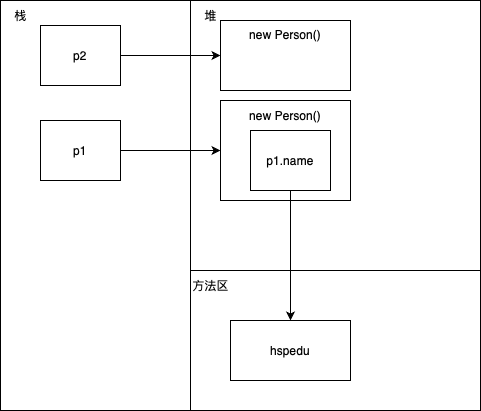
This is drawio/White.png from Stolorzs/Picgo, a draw.io export, as it was before one commit. Source tidied: cells renumbered, new cells last; positions are measured from the earlier drawing's top-left corner, leaving out a move shared by most shapes.
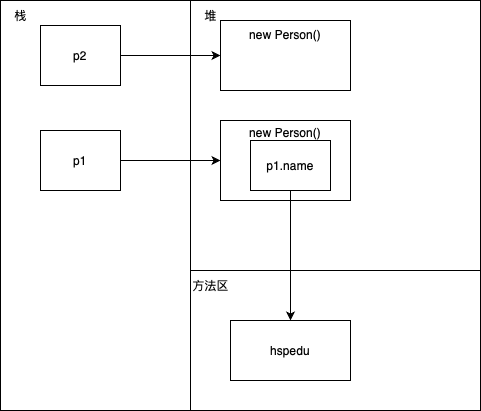
After the commit.

Diff of the diagram source:
```diff
@@ -15,10 +15,10 @@
       <mxGeometry relative="1" as="geometry" />
     </mxCell>
     <mxCell id="6" value="p1" style="rounded=0;whiteSpace=wrap;html=1;" parent="1" vertex="1">
-      <mxGeometry x="40" y="120" width="80" height="60" as="geometry" />
+      <mxGeometry x="40" y="130" width="80" height="60" as="geometry" />
     </mxCell>
-    <mxCell id="7" value="new Person()&lt;div&gt;&lt;br&gt;&lt;/div&gt;&lt;div&gt;&lt;br&gt;&lt;/div&gt;&lt;div&gt;&lt;br&gt;&lt;/div&gt;&lt;div&gt;&lt;br&gt;&lt;/div&gt;&lt;div&gt;&lt;br&gt;&lt;/div&gt;" style="whiteSpace=wrap;html=1;" parent="1" vertex="1">
-      <mxGeometry x="220" y="100" width="130" height="100" as="geometry" />
+    <mxCell id="7" value="new Person()&lt;div&gt;&lt;br&gt;&lt;/div&gt;&lt;div&gt;&lt;br&gt;&lt;/div&gt;&lt;div&gt;&lt;br&gt;&lt;/div&gt;&lt;div&gt;&lt;br&gt;&lt;/div&gt;" style="whiteSpace=wrap;html=1;" parent="1" vertex="1">
+      <mxGeometry x="220" y="120" width="130" height="80" as="geometry" />
     </mxCell>
     <mxCell id="8" value="hspedu" style="whiteSpace=wrap;html=1;" parent="1" vertex="1">
       <mxGeometry x="230" y="320" width="120" height="60" as="geometry" />
@@ -27,7 +27,7 @@
       <mxGeometry relative="1" as="geometry" />
     </mxCell>
     <mxCell id="10" value="p1.name" style="rounded=0;whiteSpace=wrap;html=1;" parent="1" vertex="1">
-      <mxGeometry x="250" y="130" width="80" height="60" as="geometry" />
+      <mxGeometry x="250" y="140" width="80" height="50" as="geometry" />
     </mxCell>
     <mxCell id="11" style="edgeStyle=orthogonalEdgeStyle;rounded=0;jettySize=auto;html=1;" parent="1" edge="1" source="12" target="13">
       <mxGeometry relative="1" as="geometry" />
```
